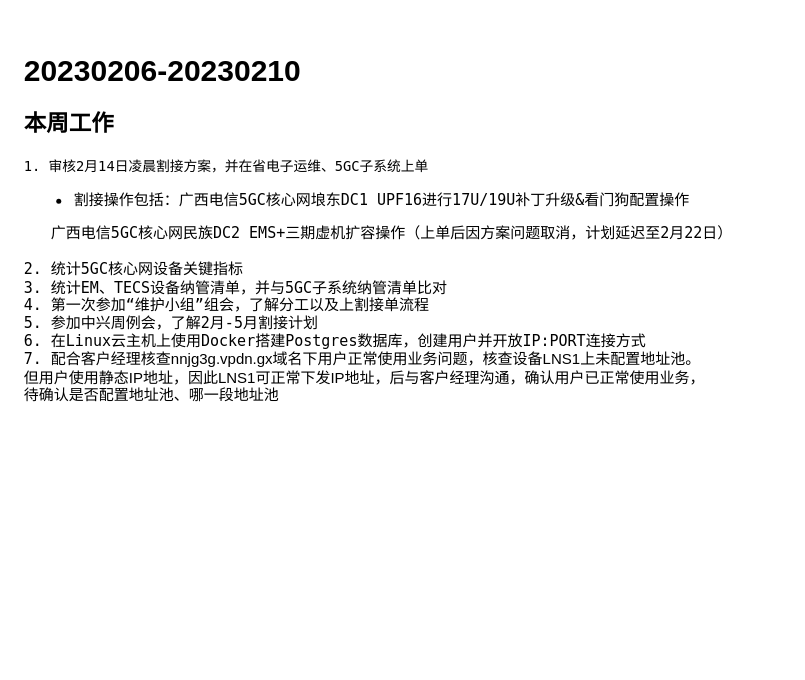
This is 2023周报.drawio from muyingluo1997/drawio, a draw.io file, before an edit. Source tidied: cells renumbered, new cells numbered last; positions are measured from the earlier drawing's top-left corner, leaving out a move shared by most shapes. Both pictures are drawn from the tidied source at 125%, with x=0, y=0 at pixel (21, 21).
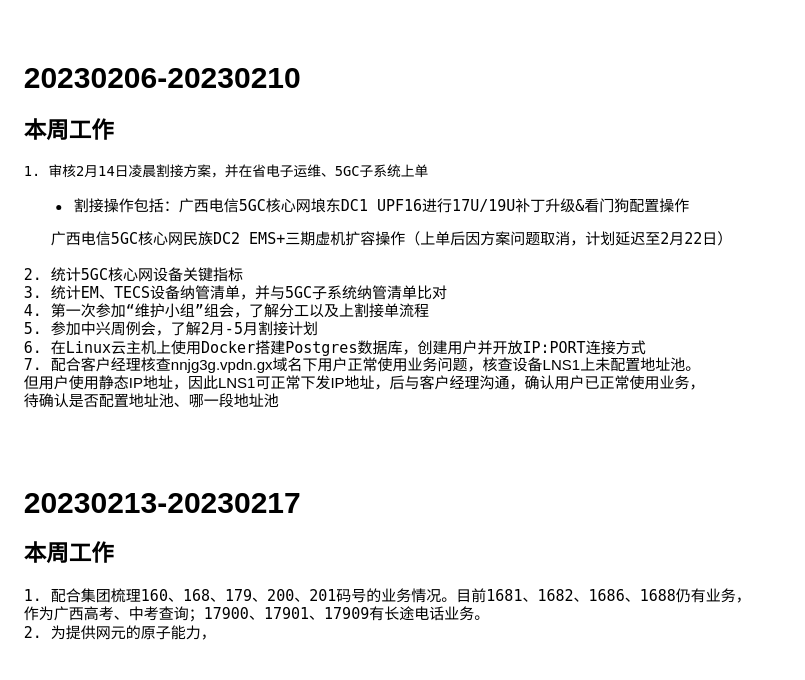
After the change.

Diff of the diagram source:
```diff
@@
 <mxGraphModel>
   <root>
     <mxCell id="0" />
     <mxCell id="1" parent="0" />
-    <mxCell id="2" value="&lt;h1 style=&quot;line-height: 120%;&quot;&gt;20230206-20230210&lt;/h1&gt;&lt;h2 style=&quot;line-height: 120%;&quot;&gt;&lt;font face=&quot;Lucida Console&quot;&gt;本周工作&lt;/font&gt;&lt;/h2&gt;&lt;div style=&quot;line-height: 120%;&quot;&gt;&lt;font style=&quot;font-size: 11px;&quot; face=&quot;Lucida Console&quot;&gt;1. 审核2月14日凌晨割接方案，并在省电子运维、5GC子系统上单&lt;/font&gt;&lt;/div&gt;&lt;div style=&quot;line-height: 120%;&quot;&gt;&lt;ul style=&quot;line-height: 120%;&quot;&gt;&lt;li&gt;&lt;font style=&quot;&quot; face=&quot;Lucida Console&quot;&gt;割接操作包括：广西电信5GC核心网埌东DC1 UPF16进行17U/19U补丁升级&amp;amp;看门狗配置操作&lt;/font&gt;&lt;/li&gt;&lt;/ul&gt;&lt;font face=&quot;Lucida Console&quot;&gt;&lt;span style=&quot;&quot;&gt; &lt;/span&gt;&lt;span style=&quot;&quot;&gt; &lt;/span&gt;&amp;nbsp;&lt;span style=&quot;&quot;&gt; &lt;/span&gt;&lt;span style=&quot;&quot;&gt; &lt;/span&gt;&amp;nbsp;广西电信5GC核心网民族DC2 EMS+三期虚机扩容操作（上单后因方案问题取消，计划延迟至2月22日）&lt;br&gt;&lt;/font&gt;&lt;div&gt;&lt;div&gt;&lt;div&gt;&lt;font face=&quot;Lucida Console&quot;&gt;&lt;br&gt;&lt;/font&gt;&lt;/div&gt;&lt;/div&gt;&lt;/div&gt;&lt;div&gt;&lt;font face=&quot;Lucida Console&quot;&gt;2. 统计5GC核心网设备关键指标&lt;/font&gt;&lt;/div&gt;&lt;div&gt;&lt;font face=&quot;Lucida Console&quot;&gt;3. 统计EM、TECS设备纳管清单，并与5GC子系统纳管清单比对&lt;/font&gt;&lt;/div&gt;&lt;div&gt;&lt;font face=&quot;Lucida Console&quot;&gt;4. 第一次参加“维护小组”组会，了解分工以及上割接单流程&lt;/font&gt;&lt;/div&gt;&lt;div&gt;&lt;font face=&quot;Lucida Console&quot;&gt;5. 参加中兴周例会，了解2月-5月割接计划&lt;/font&gt;&lt;/div&gt;&lt;div&gt;&lt;font face=&quot;Lucida Console&quot;&gt;6. 在Linux云主机上使用Docker搭建Postgres数据库，创建用户并开放IP:PORT连接方式&lt;/font&gt;&lt;/div&gt;&lt;div&gt;&lt;font face=&quot;Lucida Console&quot;&gt;7. 配合客户经理核查&lt;/font&gt;nnjg3g.vpdn.gx域名下用户正常使用业务问题，核查设备LNS1上未配置地址池。&lt;/div&gt;&lt;div&gt;但用户使用静态IP地址，因此LNS1可正常下发IP地址，后与客户经理沟通，确认用户已正常使用业务，&lt;/div&gt;&lt;div&gt;待确认是否配置地址池、哪一段地址池&lt;/div&gt;&lt;div&gt;&lt;font face=&quot;Lucida Console&quot;&gt;&lt;br&gt;&lt;/font&gt;&lt;/div&gt;&lt;/div&gt;" style="text;html=1;align=left;verticalAlign=middle;strokeColor=none;fillColor=none;" parent="1" vertex="1">
-      <mxGeometry width="590" height="330" as="geometry" />
+    <mxCell id="2" value="&lt;h1 style=&quot;line-height: 120%;&quot;&gt;20230206-20230210&lt;/h1&gt;&lt;h2 style=&quot;line-height: 120%;&quot;&gt;&lt;font face=&quot;Lucida Console&quot;&gt;本周工作&lt;/font&gt;&lt;/h2&gt;&lt;div style=&quot;line-height: 120%;&quot;&gt;&lt;font style=&quot;font-size: 11px;&quot; face=&quot;Lucida Console&quot;&gt;1. 审核2月14日凌晨割接方案，并在省电子运维、5GC子系统上单&lt;/font&gt;&lt;/div&gt;&lt;div style=&quot;line-height: 120%;&quot;&gt;&lt;ul style=&quot;line-height: 120%;&quot;&gt;&lt;li&gt;&lt;font style=&quot;&quot; face=&quot;Lucida Console&quot;&gt;割接操作包括：广西电信5GC核心网埌东DC1 UPF16进行17U/19U补丁升级&amp;amp;看门狗配置操作&lt;/font&gt;&lt;/li&gt;&lt;/ul&gt;&lt;font face=&quot;Lucida Console&quot;&gt;&lt;span style=&quot;&quot;&gt; &lt;/span&gt;&lt;span style=&quot;&quot;&gt; &lt;/span&gt;&amp;nbsp;&lt;span style=&quot;&quot;&gt; &lt;/span&gt;&lt;span style=&quot;&quot;&gt; &lt;/span&gt;&amp;nbsp;广西电信5GC核心网民族DC2 EMS+三期虚机扩容操作（上单后因方案问题取消，计划延迟至2月22日）&lt;br&gt;&lt;/font&gt;&lt;div&gt;&lt;div&gt;&lt;div&gt;&lt;font face=&quot;Lucida Console&quot;&gt;&lt;br&gt;&lt;/font&gt;&lt;/div&gt;&lt;/div&gt;&lt;/div&gt;&lt;div&gt;&lt;font face=&quot;Lucida Console&quot;&gt;2. 统计5GC核心网设备关键指标&lt;/font&gt;&lt;/div&gt;&lt;div&gt;&lt;font face=&quot;Lucida Console&quot;&gt;3. 统计EM、TECS设备纳管清单，并与5GC子系统纳管清单比对&lt;/font&gt;&lt;/div&gt;&lt;div&gt;&lt;font face=&quot;Lucida Console&quot;&gt;4. 第一次参加“维护小组”组会，了解分工以及上割接单流程&lt;/font&gt;&lt;/div&gt;&lt;div&gt;&lt;font face=&quot;Lucida Console&quot;&gt;5. 参加中兴周例会，了解2月-5月割接计划&lt;/font&gt;&lt;/div&gt;&lt;div&gt;&lt;font face=&quot;Lucida Console&quot;&gt;6. 在Linux云主机上使用Docker搭建Postgres数据库，创建用户并开放IP:PORT连接方式&lt;/font&gt;&lt;/div&gt;&lt;div&gt;&lt;font face=&quot;Lucida Console&quot;&gt;7. 配合客户经理核查&lt;/font&gt;nnjg3g.vpdn.gx域名下用户正常使用业务问题，核查设备LNS1上未配置地址池。&lt;/div&gt;&lt;div&gt;但用户使用静态IP地址，因此LNS1可正常下发IP地址，后与客户经理沟通，确认用户已正常使用业务，&lt;/div&gt;&lt;div&gt;待确认是否配置地址池、哪一段地址池&lt;/div&gt;&lt;div&gt;&lt;br&gt;&lt;/div&gt;&lt;div&gt;&lt;br&gt;&lt;/div&gt;&lt;div&gt;&lt;br&gt;&lt;/div&gt;&lt;div&gt;&lt;h1 style=&quot;border-color: var(--border-color); line-height: 28.8px;&quot;&gt;20230213-20230217&lt;/h1&gt;&lt;/div&gt;&lt;div&gt;&lt;h2 style=&quot;border-color: var(--border-color); line-height: 21.6px;&quot;&gt;&lt;font style=&quot;border-color: var(--border-color);&quot; face=&quot;Lucida Console&quot;&gt;本周工作&lt;/font&gt;&lt;/h2&gt;&lt;/div&gt;&lt;div&gt;&lt;font style=&quot;border-color: var(--border-color);&quot; face=&quot;Lucida Console&quot;&gt;1. 配合集团梳理160、168、179、200、201码号的业务情况。目前1681、1682、1686、1688仍有业务，&lt;/font&gt;&lt;/div&gt;&lt;div&gt;&lt;font style=&quot;border-color: var(--border-color);&quot; face=&quot;Lucida Console&quot;&gt;作为广西高考、中考查询；17900、17901、17909有长途电话业务。&lt;/font&gt;&lt;/div&gt;&lt;div&gt;&lt;font style=&quot;border-color: var(--border-color);&quot; face=&quot;Lucida Console&quot;&gt;2. 为提供网元的原子能力，&lt;/font&gt;&lt;/div&gt;&lt;/div&gt;" style="text;html=1;align=left;verticalAlign=middle;strokeColor=none;fillColor=none;" parent="1" vertex="1">
+      <mxGeometry width="610" height="510" as="geometry" />
     </mxCell>
   </root>
 </mxGraphModel>
```
